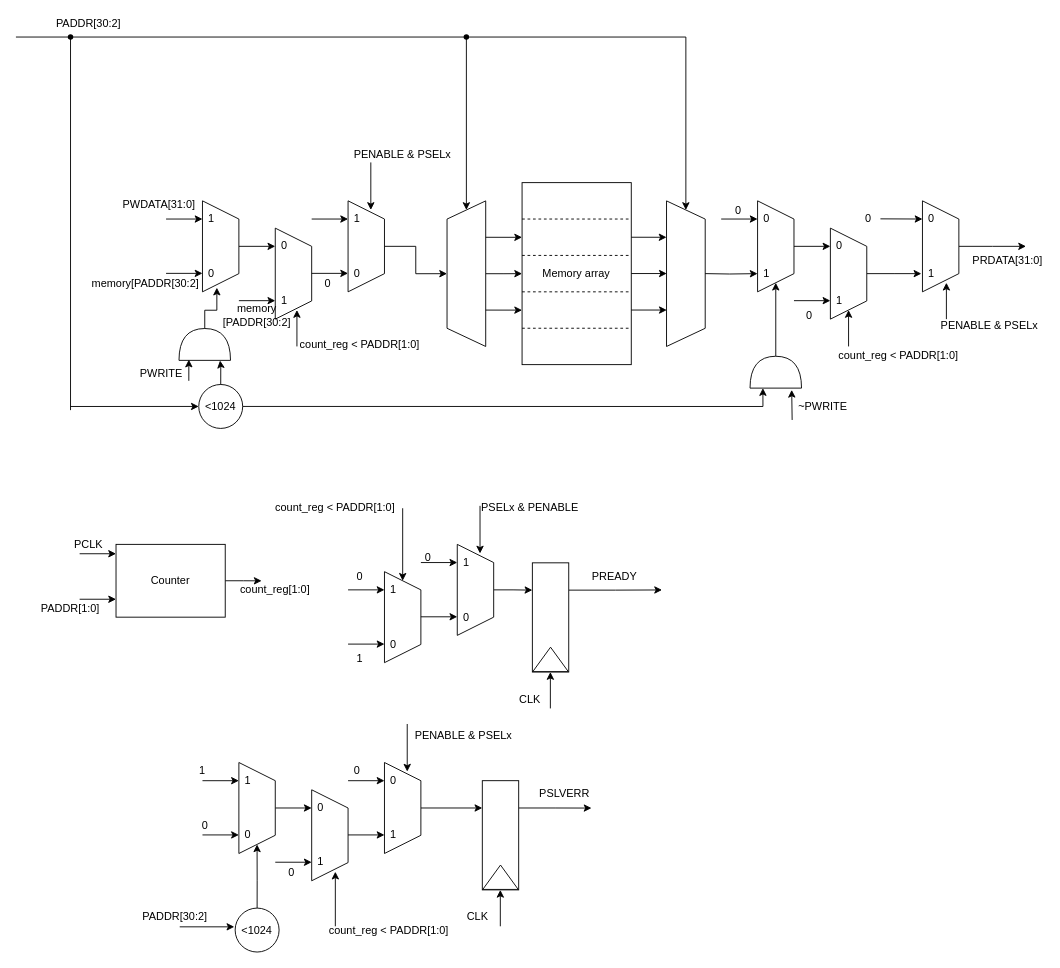
The draw.io diagram page "APB Slave low level" (6 of 7) of APB.drawio in 106210049/AMBA-APB, before the edit. Source tidied: cells renumbered, new cells numbered last; positions are measured from the earlier drawing's top-left corner, leaving out a move shared by most shapes. Both pictures are drawn from the tidied source at 91%, with x=0, y=0 at pixel (15, 15).
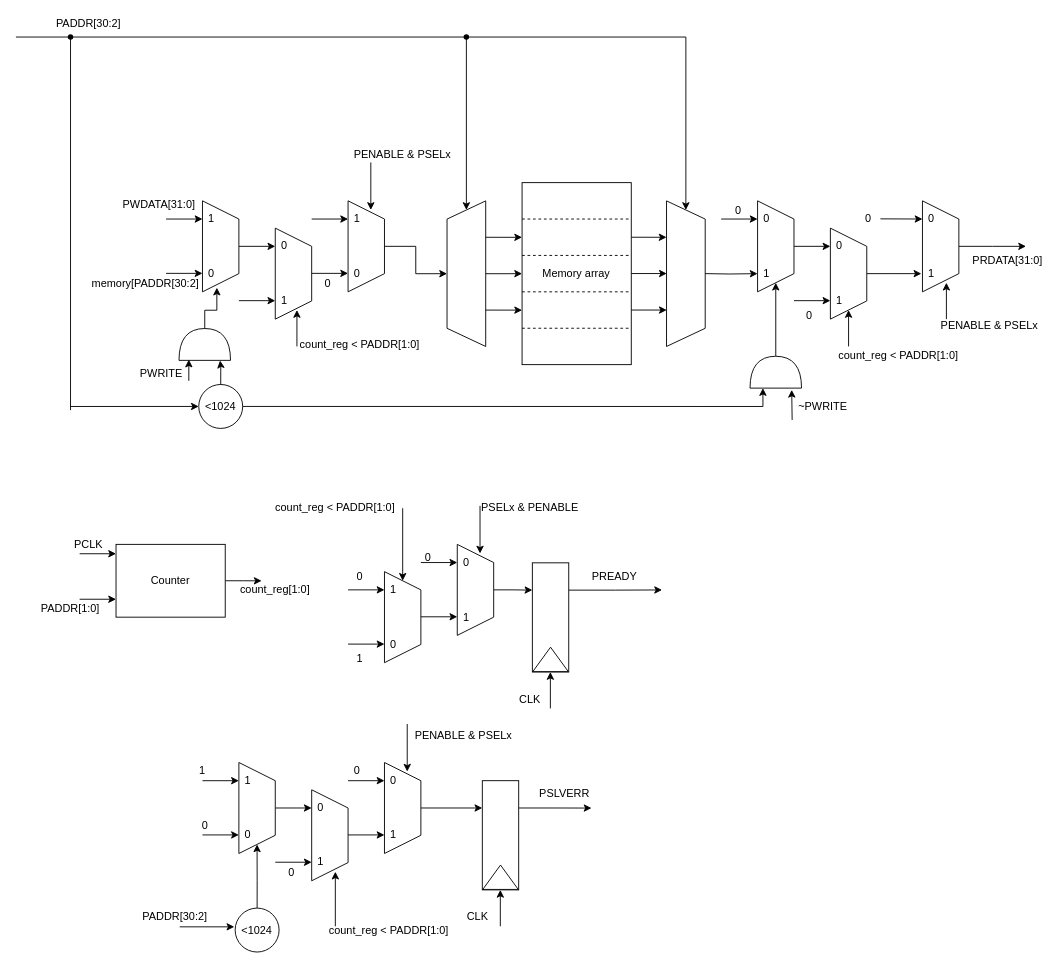
After the change.

What changed in the source:
```diff
@@
-    <mxCell id="76" value="memory&lt;div&gt;[PADDR[30:2]&lt;/div&gt;" style="text;html=1;whiteSpace=wrap;strokeColor=none;fillColor=none;align=center;verticalAlign=middle;rounded=0;" parent="1" vertex="1">
-      <mxGeometry x="240" y="315.4" width="50" height="30" as="geometry" />
-    </mxCell>
@@
-    <mxCell id="95" value="0" style="text;html=1;whiteSpace=wrap;strokeColor=none;fillColor=none;align=center;verticalAlign=middle;rounded=0;" parent="1" vertex="1">
+    <mxCell id="95" value="1" style="text;html=1;whiteSpace=wrap;strokeColor=none;fillColor=none;align=center;verticalAlign=middle;rounded=0;" parent="1" vertex="1">
       <mxGeometry x="485" y="651.7" width="20" height="20" as="geometry" />
     </mxCell>
-    <mxCell id="96" value="1" style="text;html=1;whiteSpace=wrap;strokeColor=none;fillColor=none;align=center;verticalAlign=middle;rounded=0;" parent="1" vertex="1">
+    <mxCell id="96" value="0" style="text;html=1;whiteSpace=wrap;strokeColor=none;fillColor=none;align=center;verticalAlign=middle;rounded=0;" parent="1" vertex="1">
       <mxGeometry x="485" y="591.7" width="20" height="20" as="geometry" />
     </mxCell>
```
